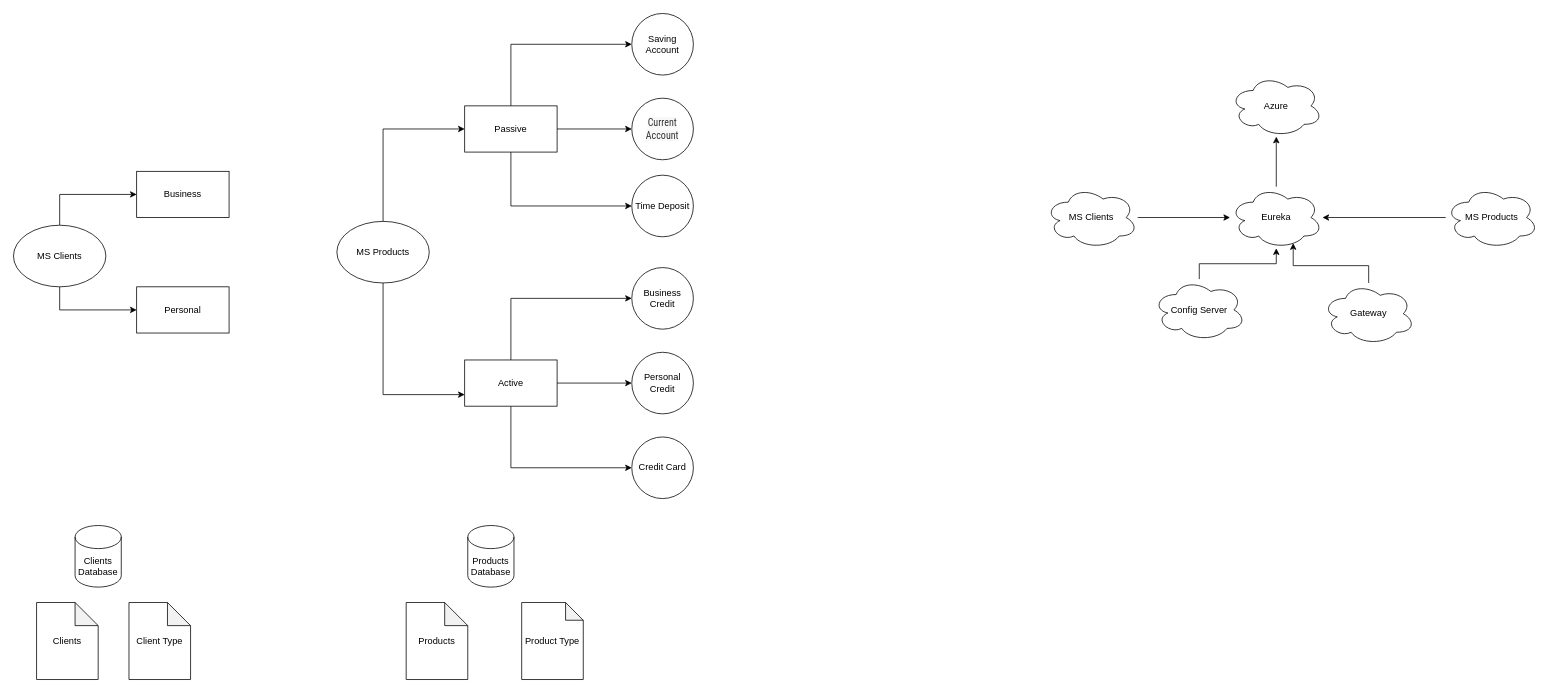
Before: Diseño Bootcamp.drawio in renato-castillo/design-ms, a draw.io diagram. Source tidied: cells renumbered, new cells numbered last; positions are measured from the earlier drawing's top-left corner, leaving out a move shared by most shapes. Both pictures are drawn from the tidied source at 77%, with x=0, y=0 at pixel (13, 13).
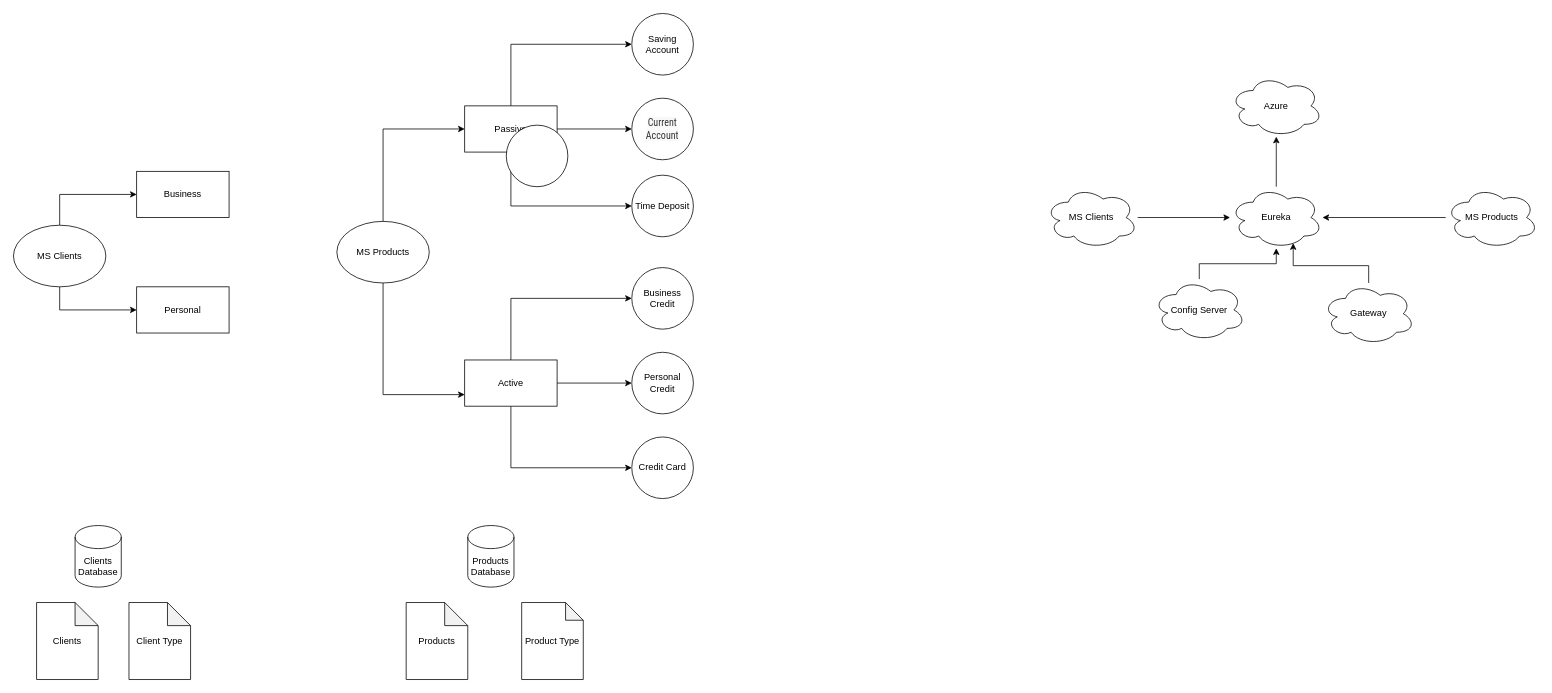
Above is the later version.

The edit, as a diff of the source:
```diff
@@
+    <mxCell id="41" style="ellipse;whiteSpace=wrap;html=1;" parent="1" vertex="1">
+      <mxGeometry x="640" y="145" width="80" height="80" as="geometry" />
+    </mxCell>
```
